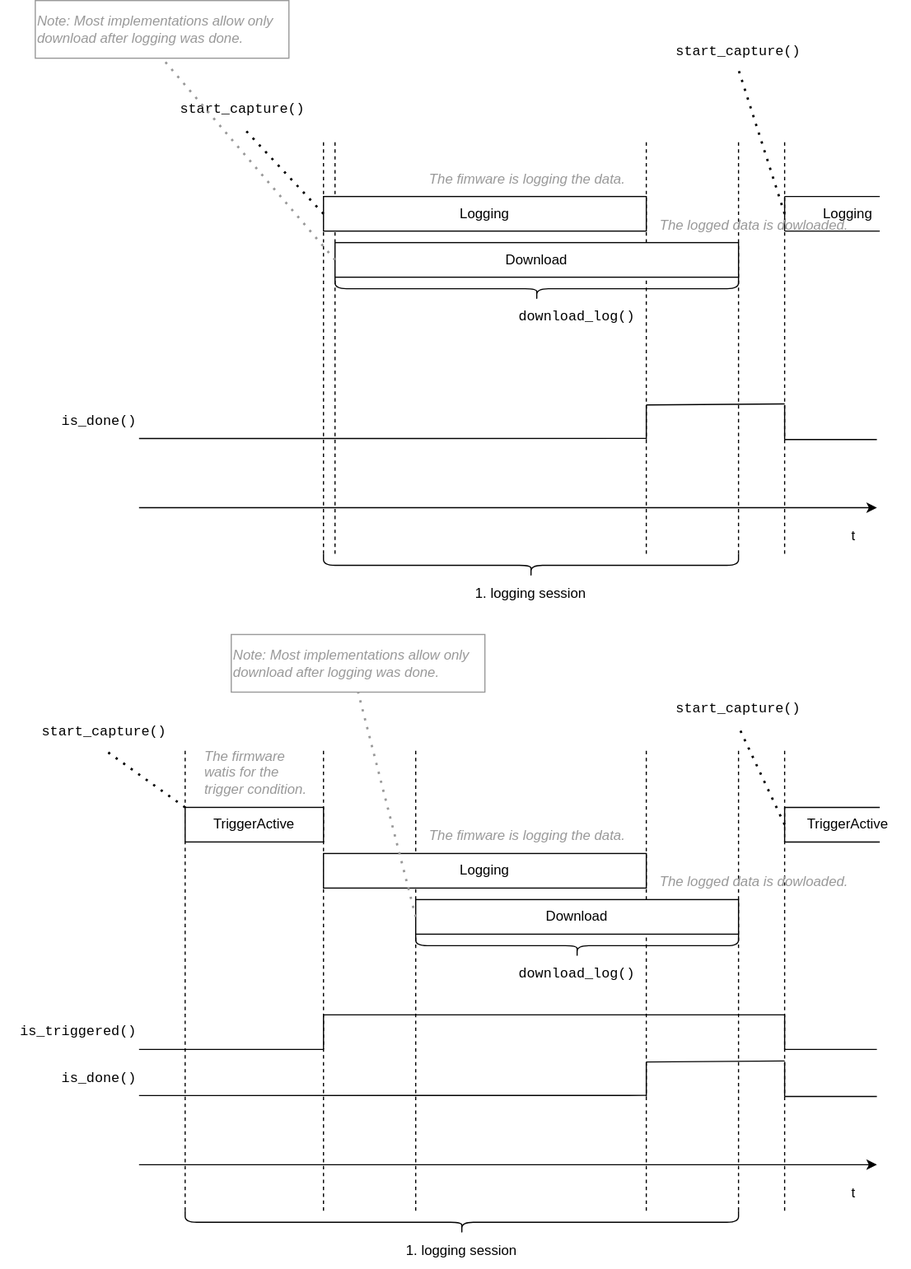
Above: docs/datalogger.drawio.svg in analogdevicesinc/PyTrinamic (draw.io), before the change. Source tidied: cells renumbered, new cells last; positions are measured from the earlier drawing's top-left corner, leaving out a move shared by most shapes.
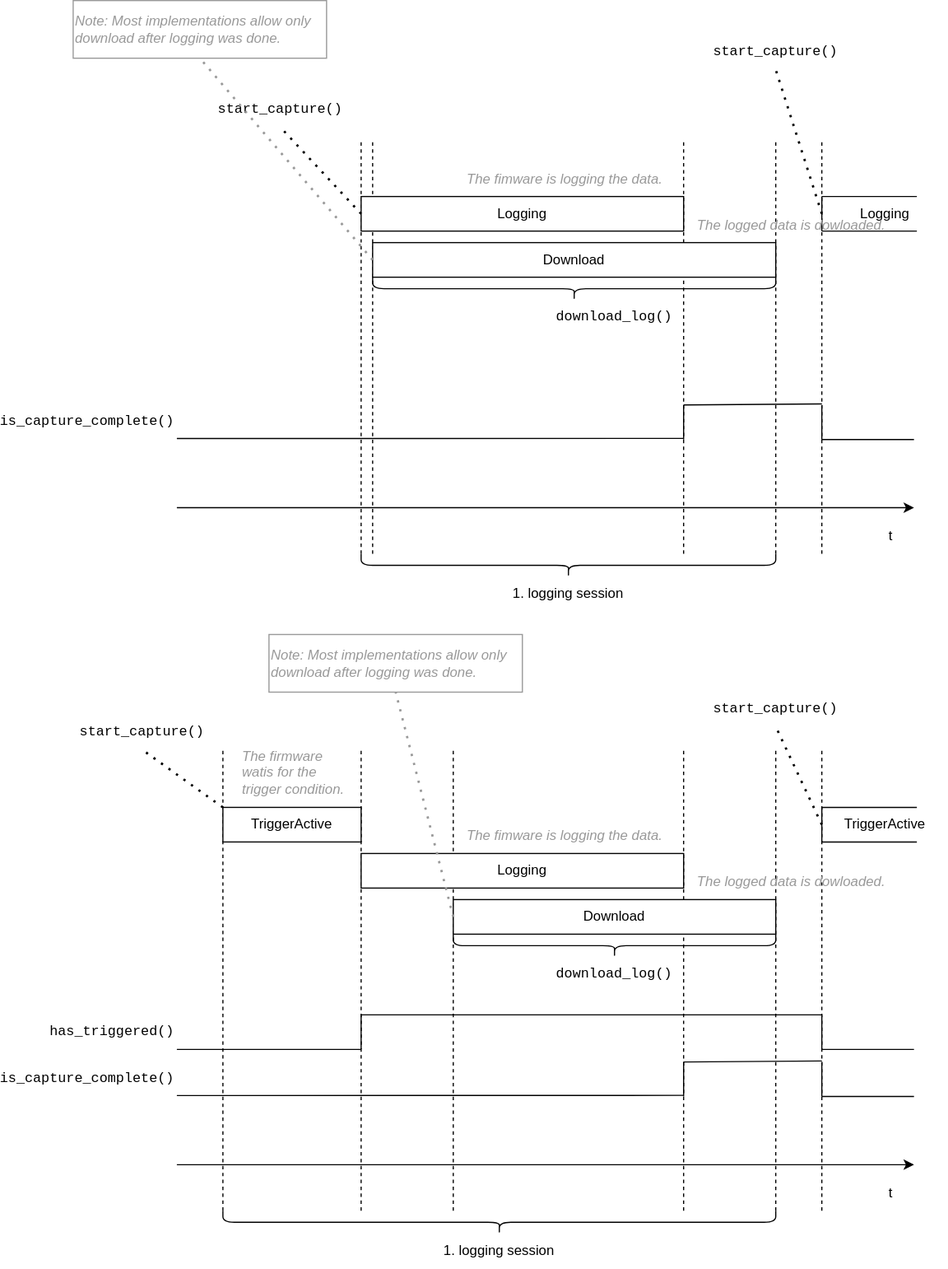
After the commit.

Commit message:
Datalogger: A few function renames

Diff of the diagram source:
```diff
@@ -44,7 +44,7 @@
     <mxCell id="10" style="endArrow=none;dashed=1;html=1;dashPattern=1 3;strokeWidth=2;entryX=0.5;entryY=1;entryDx=0;entryDy=0;exitX=0;exitY=0.5;exitDx=0;exitDy=0;" parent="1" edge="1" source="8" target="9">
       <mxGeometry relative="1" as="geometry" />
     </mxCell>
-    <mxCell id="11" value="is_done()" style="text;html=1;strokeColor=none;fillColor=none;align=right;verticalAlign=middle;whiteSpace=wrap;rounded=0;fontFamily=Courier New;" parent="1" vertex="1">
+    <mxCell id="11" value="is_capture_complete()" style="text;html=1;strokeColor=none;fillColor=none;align=right;verticalAlign=middle;whiteSpace=wrap;rounded=0;fontFamily=Courier New;" parent="1" vertex="1">
       <mxGeometry y="350.9" width="120" height="30" as="geometry" />
     </mxCell>
     <mxCell id="12" style="endArrow=none;html=1;" parent="1" edge="1">
@@ -179,7 +179,7 @@
     <mxCell id="43" style="endArrow=none;dashed=1;html=1;dashPattern=1 3;strokeWidth=2;entryX=0.5;entryY=1;entryDx=0;entryDy=0;exitX=0;exitY=0;exitDx=0;exitDy=0;" parent="1" edge="1" source="41" target="42">
       <mxGeometry relative="1" as="geometry" />
     </mxCell>
-    <mxCell id="44" value="is_triggered()" style="text;html=1;strokeColor=none;fillColor=none;align=right;verticalAlign=middle;whiteSpace=wrap;rounded=0;fontFamily=Courier New;" parent="1" vertex="1">
+    <mxCell id="44" value="has_triggered()" style="text;html=1;strokeColor=none;fillColor=none;align=right;verticalAlign=middle;whiteSpace=wrap;rounded=0;fontFamily=Courier New;" parent="1" vertex="1">
       <mxGeometry y="880" width="120" height="30" as="geometry" />
     </mxCell>
     <mxCell id="45" style="endArrow=none;html=1;" parent="1" edge="1">
@@ -200,7 +200,7 @@
         <mxPoint x="680" y="880" as="targetPoint" />
       </mxGeometry>
     </mxCell>
-    <mxCell id="48" value="is_done()" style="text;html=1;strokeColor=none;fillColor=none;align=right;verticalAlign=middle;whiteSpace=wrap;rounded=0;fontFamily=Courier New;" parent="1" vertex="1">
+    <mxCell id="48" value="is_capture_complete()" style="text;html=1;strokeColor=none;fillColor=none;align=right;verticalAlign=middle;whiteSpace=wrap;rounded=0;fontFamily=Courier New;" parent="1" vertex="1">
       <mxGeometry y="920.9" width="120" height="30" as="geometry" />
     </mxCell>
     <mxCell id="49" style="endArrow=none;html=1;" parent="1" edge="1">
```
